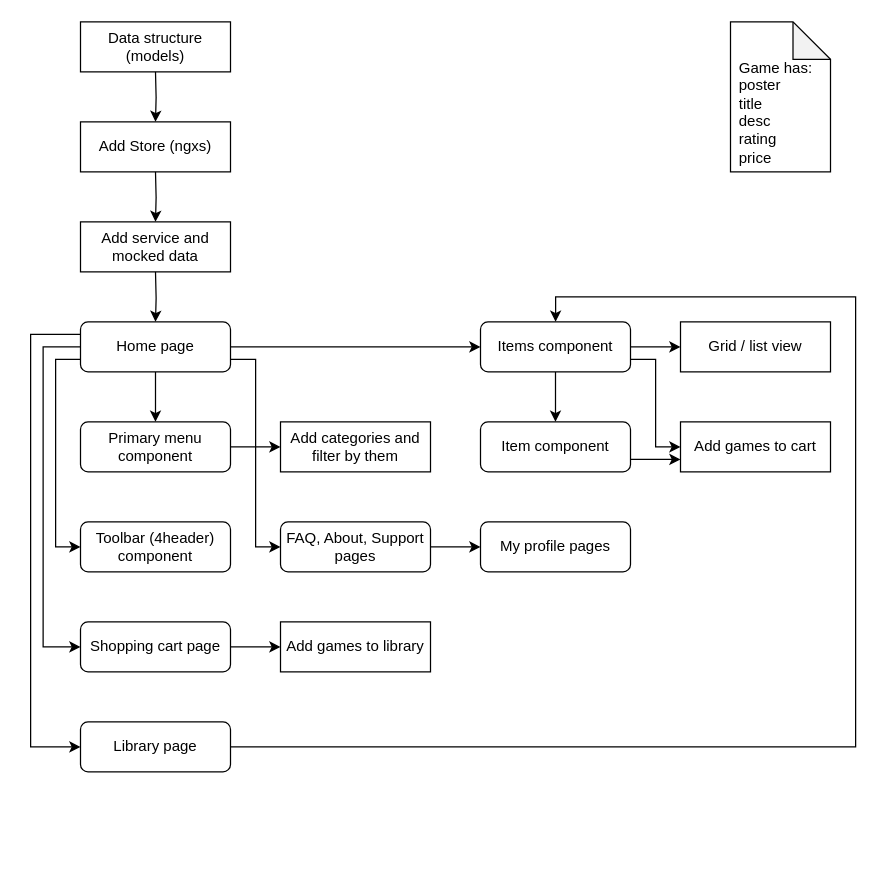
The draw.io diagram _docs/gamus.drawio in CallMeSnake/Gamus, before the edit. Source tidied: cells renumbered, new cells numbered last; positions are measured from the earlier drawing's top-left corner, leaving out a move shared by most shapes. Both pictures are drawn from the tidied source at 125%, with x=0, y=0 at pixel (30, 21).
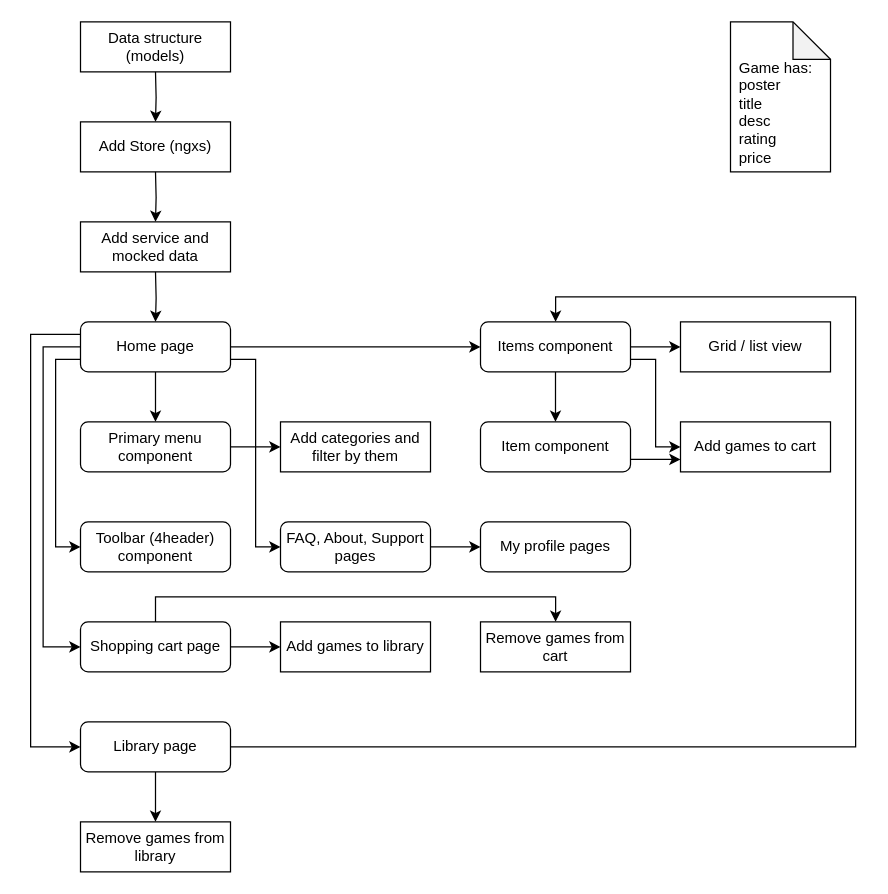
The same diagram, later.

The change refers to these unchanged cells:
```xml
<mxCell id="26" value="Shopping cart page" style="rounded=1;whiteSpace=wrap;html=1;" parent="1" vertex="1">
  <mxGeometry x="39.9" y="480" width="120" height="40" as="geometry" />
</mxCell>
<mxCell id="28" value="Library page" style="rounded=1;whiteSpace=wrap;html=1;" parent="1" vertex="1">
  <mxGeometry x="39.9" y="560" width="120" height="40" as="geometry" />
</mxCell>
```

Diff of the diagram source:
```diff
@@
+    <mxCell id="36" style="edgeStyle=orthogonalEdgeStyle;rounded=0;jettySize=auto;html=1;" parent="1" edge="1" source="26" target="38">
+      <mxGeometry relative="1" as="geometry">
+        <Array as="points">
+          <mxPoint x="100" y="460" />
+          <mxPoint x="420" y="460" />
+        </Array>
+      </mxGeometry>
+    </mxCell>
@@
+    <mxCell id="37" style="edgeStyle=orthogonalEdgeStyle;rounded=0;jettySize=auto;html=1;entryX=0.5;entryY=0;entryDx=0;entryDy=0;" parent="1" edge="1" source="28" target="39">
+      <mxGeometry relative="1" as="geometry" />
+    </mxCell>
@@
+    <mxCell id="38" value="Remove games from cart" style="rounded=0;whiteSpace=wrap;html=1;fillColor=none;" parent="1" vertex="1">
+      <mxGeometry x="359.9" y="480" width="120" height="40" as="geometry" />
+    </mxCell>
+    <mxCell id="39" value="Remove games from library" style="rounded=0;whiteSpace=wrap;html=1;fillColor=none;" parent="1" vertex="1">
+      <mxGeometry x="39.9" y="640" width="120" height="40" as="geometry" />
+    </mxCell>
```
